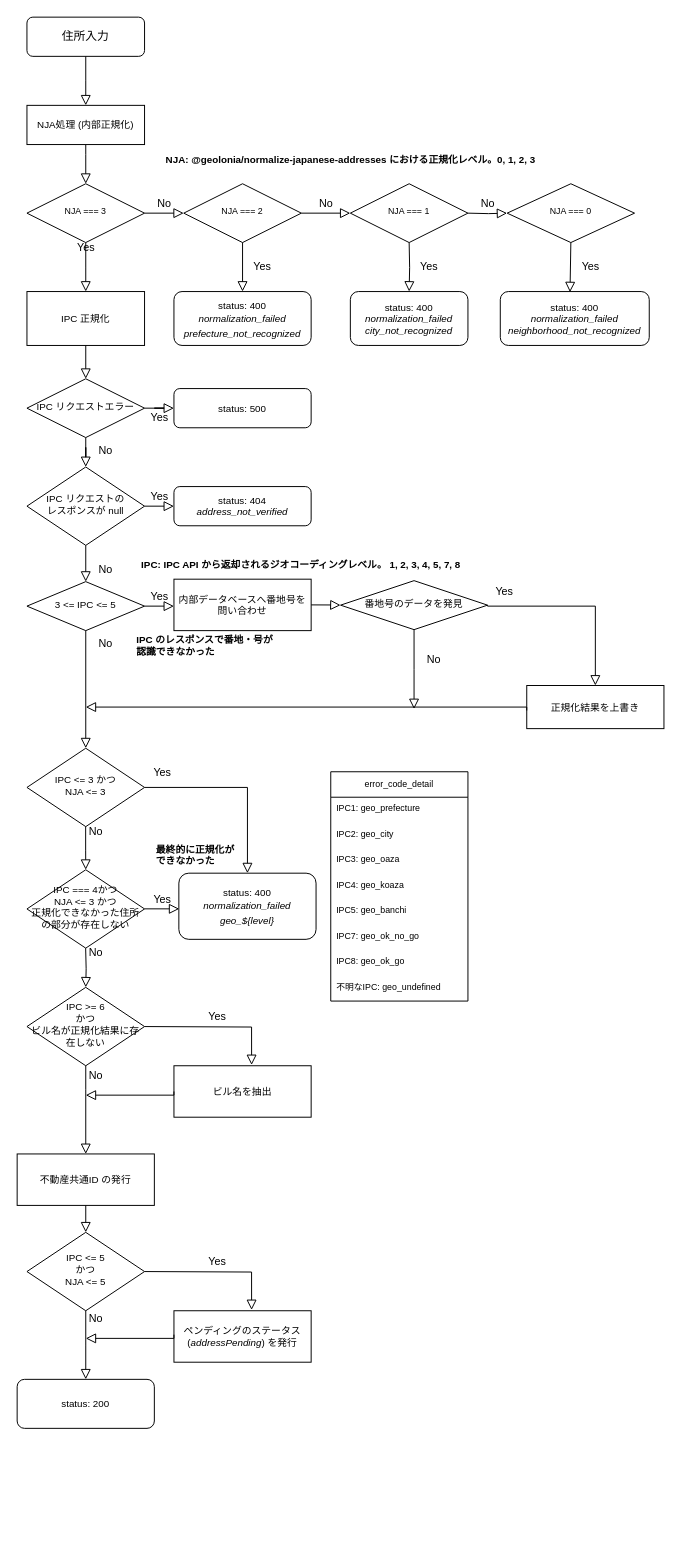
This is docs/id-issuance-flow.drawio from geolonia/prop-id-api, a draw.io file, before an edit. Source tidied: cells renumbered, new cells numbered last; positions are measured from the earlier drawing's top-left corner, leaving out a move shared by most shapes. Both pictures are drawn from the tidied source at 98%, with x=0, y=0 at pixel (17, 17).
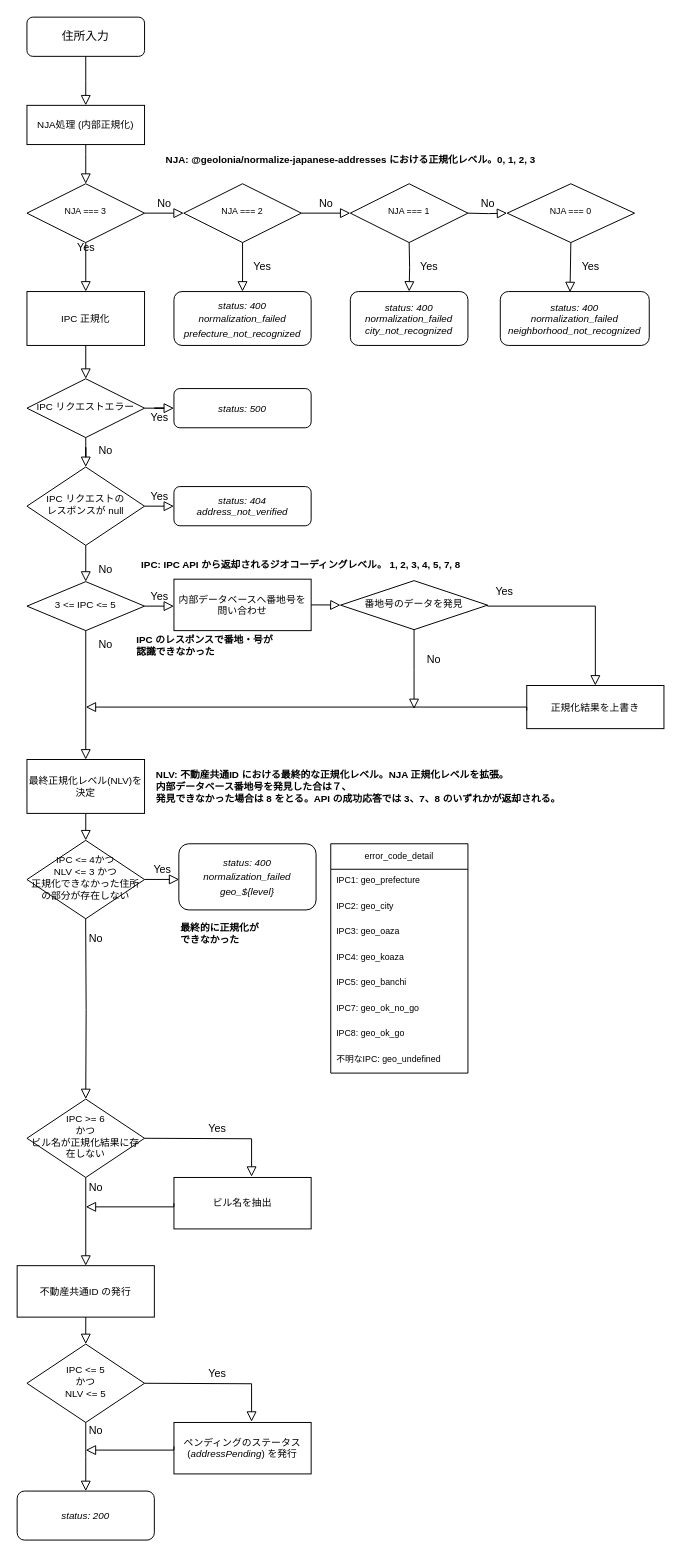
Above is the later version.

Commit message (it also covers changes not shown here):
Update comment and flow diagram

Unchanged cells that the change refers to:
```xml
<mxCell id="29" value="3 &amp;lt;= IPC &amp;lt;= 5" style="rhombus;whiteSpace=wrap;html=1;shadow=0;fontFamily=Helvetica;fontSize=10;align=center;strokeWidth=1;spacing=6;spacingTop=-4;" parent="1" vertex="1">
  <mxGeometry x="10" y="576" width="120" height="50" as="geometry" />
</mxCell>
```

What changed in the source:
```diff
@@
-    <mxCell id="6" value="&lt;font&gt;&lt;font size=&quot;1&quot;&gt;status: 400&lt;/font&gt;&lt;br style=&quot;font-size: 9px&quot;&gt;&lt;i&gt;&lt;font size=&quot;1&quot;&gt;normalization_failed&lt;/font&gt;&lt;br&gt;&lt;font size=&quot;1&quot;&gt;prefecture_not_recognized&lt;/font&gt;&lt;/i&gt;&lt;br&gt;&lt;/font&gt;" style="rounded=1;whiteSpace=wrap;html=1;fontSize=12;glass=0;strokeWidth=1;shadow=0;" parent="1" vertex="1">
+    <mxCell id="6" value="&lt;font&gt;&lt;i&gt;&lt;font size=&quot;1&quot;&gt;status: 400&lt;/font&gt;&lt;br style=&quot;font-size: 9px&quot;&gt;&lt;font size=&quot;1&quot;&gt;normalization_failed&lt;/font&gt;&lt;br&gt;&lt;font size=&quot;1&quot;&gt;prefecture_not_recognized&lt;/font&gt;&lt;/i&gt;&lt;br&gt;&lt;/font&gt;" style="rounded=1;whiteSpace=wrap;html=1;fontSize=12;glass=0;strokeWidth=1;shadow=0;" parent="1" vertex="1">
       <mxGeometry x="160" y="280" width="140" height="55" as="geometry" />
     </mxCell>
@@
-    <mxCell id="10" value="status: 500" style="rounded=1;whiteSpace=wrap;html=1;fontSize=10;glass=0;strokeWidth=1;shadow=0;" parent="1" vertex="1">
+    <mxCell id="10" value="&lt;i&gt;status: 500&lt;/i&gt;" style="rounded=1;whiteSpace=wrap;html=1;fontSize=10;glass=0;strokeWidth=1;shadow=0;" parent="1" vertex="1">
       <mxGeometry x="160" y="379" width="140" height="40" as="geometry" />
     </mxCell>
@@
-    <mxCell id="22" value="&lt;div style=&quot;font-size: 10px&quot;&gt;status: 400&lt;/div&gt;&lt;div style=&quot;font-size: 10px&quot;&gt;&lt;i&gt;normalization_failed&lt;/i&gt;&lt;/div&gt;&lt;div&gt;&lt;i&gt;city_not_recognized&lt;/i&gt;&lt;br&gt;&lt;/div&gt;" style="rounded=1;whiteSpace=wrap;html=1;fontSize=10;glass=0;strokeWidth=1;shadow=0;" parent="1" vertex="1">
+    <mxCell id="22" value="&lt;div style=&quot;font-size: 10px&quot;&gt;&lt;i&gt;status: 400&lt;/i&gt;&lt;/div&gt;&lt;div style=&quot;font-size: 10px&quot;&gt;&lt;i&gt;normalization_failed&lt;/i&gt;&lt;/div&gt;&lt;div&gt;&lt;i&gt;city_not_recognized&lt;/i&gt;&lt;br&gt;&lt;/div&gt;" style="rounded=1;whiteSpace=wrap;html=1;fontSize=10;glass=0;strokeWidth=1;shadow=0;" parent="1" vertex="1">
       <mxGeometry x="340" y="280" width="120" height="55" as="geometry" />
     </mxCell>
@@
-    <mxCell id="24" value="&lt;div style=&quot;font-size: 10px&quot;&gt;status: 400&lt;/div&gt;&lt;div style=&quot;font-size: 10px&quot;&gt;&lt;i&gt;normalization_failed&lt;/i&gt;&lt;/div&gt;&lt;div&gt;&lt;i&gt;neighborhood_not_recognized&lt;/i&gt;&lt;br&gt;&lt;/div&gt;" style="rounded=1;whiteSpace=wrap;html=1;fontSize=10;glass=0;strokeWidth=1;shadow=0;" parent="1" vertex="1">
+    <mxCell id="24" value="&lt;div style=&quot;font-size: 10px&quot;&gt;&lt;i&gt;status: 400&lt;/i&gt;&lt;/div&gt;&lt;div style=&quot;font-size: 10px&quot;&gt;&lt;i&gt;normalization_failed&lt;/i&gt;&lt;/div&gt;&lt;div&gt;&lt;i&gt;neighborhood_not_recognized&lt;/i&gt;&lt;br&gt;&lt;/div&gt;" style="rounded=1;whiteSpace=wrap;html=1;fontSize=10;glass=0;strokeWidth=1;shadow=0;" parent="1" vertex="1">
       <mxGeometry x="493" y="280" width="152" height="55" as="geometry" />
     </mxCell>
@@
-    <mxCell id="28" value="status: 404&lt;br style=&quot;font-size: 10px&quot;&gt;&lt;i&gt;address_not_verified&lt;/i&gt;" style="rounded=1;whiteSpace=wrap;html=1;fontSize=10;glass=0;strokeWidth=1;shadow=0;" parent="1" vertex="1">
+    <mxCell id="28" value="&lt;i&gt;status: 404&lt;br style=&quot;font-size: 10px&quot;&gt;address_not_verified&lt;/i&gt;" style="rounded=1;whiteSpace=wrap;html=1;fontSize=10;glass=0;strokeWidth=1;shadow=0;" parent="1" vertex="1">
       <mxGeometry x="160" y="479" width="140" height="40" as="geometry" />
     </mxCell>
@@
-    <mxCell id="38" value="No" style="rounded=0;html=1;jettySize=auto;fontSize=11;endArrow=block;endFill=0;endSize=8;strokeWidth=1;shadow=0;labelBackgroundColor=none;edgeStyle=orthogonalEdgeStyle;entryX=0.5;entryY=0;entryDx=0;entryDy=0;exitX=0.5;exitY=1;exitDx=0;exitDy=0;" parent="1" edge="1" source="29" target="39">
+    <mxCell id="38" value="No" style="rounded=0;html=1;jettySize=auto;fontSize=11;endArrow=block;endFill=0;endSize=8;strokeWidth=1;shadow=0;labelBackgroundColor=none;edgeStyle=orthogonalEdgeStyle;exitX=0.5;exitY=1;exitDx=0;exitDy=0;entryX=0.5;entryY=0;entryDx=0;entryDy=0;" parent="1" edge="1" source="29" target="74">
       <mxGeometry x="-0.78" y="20" relative="1" as="geometry" />
     </mxCell>
-    <mxCell id="39" value="IPC &amp;lt;= 3 かつ&lt;br&gt;NJA &amp;lt;= 3" style="rhombus;whiteSpace=wrap;html=1;shadow=0;fontFamily=Helvetica;fontSize=10;align=center;strokeWidth=1;spacing=6;spacingTop=-4;" parent="1" vertex="1">
-      <mxGeometry x="10" y="746" width="120" height="80" as="geometry" />
-    </mxCell>
@@
-    <mxCell id="42" value="No" style="rounded=0;html=1;jettySize=auto;fontSize=11;endArrow=block;endFill=0;endSize=8;strokeWidth=1;shadow=0;labelBackgroundColor=none;edgeStyle=orthogonalEdgeStyle;entryX=0.5;entryY=0;entryDx=0;entryDy=0;exitX=0.5;exitY=1;exitDx=0;exitDy=0;" parent="1" edge="1" target="43">
-      <mxGeometry x="-0.78" y="10" relative="1" as="geometry">
-        <mxPoint x="69.9" y="826" as="sourcePoint" />
-        <Array as="points">
-          <mxPoint x="70" y="850" />
-          <mxPoint x="70" y="850" />
-        </Array>
-      </mxGeometry>
-    </mxCell>
-    <mxCell id="43" value="IPC === 4かつ&lt;br&gt;NJA &amp;lt;= 3 かつ&lt;br&gt;正規化できなかった住所の部分が存在しない" style="rhombus;whiteSpace=wrap;html=1;shadow=0;fontFamily=Helvetica;fontSize=10;align=center;strokeWidth=1;spacing=6;spacingTop=-4;" parent="1" vertex="1">
-      <mxGeometry x="10" y="870" width="120" height="80" as="geometry" />
+    <mxCell id="43" value="IPC &amp;lt;= 4かつ&lt;br&gt;NLV &amp;lt;= 3 かつ&lt;br&gt;正規化できなかった住所の部分が存在しない" style="rhombus;whiteSpace=wrap;html=1;shadow=0;fontFamily=Helvetica;fontSize=10;align=center;strokeWidth=1;spacing=6;spacingTop=-4;" parent="1" vertex="1">
+      <mxGeometry x="10" y="840" width="120" height="80" as="geometry" />
     </mxCell>
-    <mxCell id="44" value="&lt;font&gt;&lt;font size=&quot;1&quot;&gt;status: 400&lt;/font&gt;&lt;br style=&quot;font-size: 9px&quot;&gt;&lt;i&gt;&lt;font size=&quot;1&quot;&gt;normalization_failed&lt;/font&gt;&lt;br&gt;&lt;font size=&quot;1&quot;&gt;geo_${level}&lt;/font&gt;&lt;/i&gt;&lt;br&gt;&lt;/font&gt;" style="rounded=1;whiteSpace=wrap;html=1;fontSize=12;glass=0;strokeWidth=1;shadow=0;" parent="1" vertex="1">
-      <mxGeometry x="165" y="873.5" width="140" height="67.5" as="geometry" />
+    <mxCell id="44" value="&lt;font&gt;&lt;i&gt;&lt;font size=&quot;1&quot;&gt;status: 400&lt;/font&gt;&lt;br style=&quot;font-size: 9px&quot;&gt;&lt;font size=&quot;1&quot;&gt;normalization_failed&lt;/font&gt;&lt;br&gt;&lt;font size=&quot;1&quot;&gt;geo_${level}&lt;/font&gt;&lt;/i&gt;&lt;br&gt;&lt;/font&gt;" style="rounded=1;whiteSpace=wrap;html=1;fontSize=12;glass=0;strokeWidth=1;shadow=0;" parent="1" vertex="1">
+      <mxGeometry x="165" y="843.5" width="140" height="67.5" as="geometry" />
     </mxCell>
-    <mxCell id="45" value="Yes" style="edgeStyle=orthogonalEdgeStyle;rounded=0;html=1;jettySize=auto;fontSize=11;endArrow=block;endFill=0;endSize=8;strokeWidth=1;shadow=0;labelBackgroundColor=none;exitX=1;exitY=0.5;exitDx=0;exitDy=0;entryX=0.5;entryY=0;entryDx=0;entryDy=0;" parent="1" edge="1" source="39" target="44">
-      <mxGeometry x="-0.81" y="15" relative="1" as="geometry">
-        <Array as="points">
-          <mxPoint x="235" y="786" />
-        </Array>
-      </mxGeometry>
-    </mxCell>
     <mxCell id="46" value="Yes" style="edgeStyle=orthogonalEdgeStyle;rounded=0;html=1;jettySize=auto;fontSize=11;endArrow=block;endFill=0;endSize=8;strokeWidth=1;shadow=0;labelBackgroundColor=none;exitX=1;exitY=0.5;exitDx=0;exitDy=0;entryX=0.003;entryY=0.546;entryDx=0;entryDy=0;entryPerimeter=0;" parent="1" edge="1" target="44">
       <mxGeometry y="10" relative="1" as="geometry">
-        <mxPoint x="130" y="909.9" as="sourcePoint" />
+        <mxPoint x="130" y="879.9" as="sourcePoint" />
       </mxGeometry>
     </mxCell>
@@
     <mxCell id="49" value="No" style="rounded=0;html=1;jettySize=auto;fontSize=11;endArrow=block;endFill=0;endSize=8;strokeWidth=1;shadow=0;labelBackgroundColor=none;edgeStyle=orthogonalEdgeStyle;entryX=0.5;entryY=0;entryDx=0;entryDy=0;exitX=0.5;exitY=1;exitDx=0;exitDy=0;" parent="1" edge="1" target="59">
       <mxGeometry x="-0.78" y="10" relative="1" as="geometry">
-        <mxPoint x="69.9" y="950" as="sourcePoint" />
+        <mxPoint x="69.9" y="920" as="sourcePoint" />
       </mxGeometry>
     </mxCell>
     <mxCell id="50" value="error_code_detail" style="swimlane;fontStyle=0;horizontal=1;startSize=26;fillColor=none;fontSize=9;" parent="1" vertex="1">
-      <mxGeometry x="320" y="770" width="140" height="234" as="geometry" />
+      <mxGeometry x="320" y="843.5" width="140" height="234" as="geometry" />
     </mxCell>
@@
     <mxCell id="59" value="IPC &amp;gt;= 6&lt;br&gt;かつ&lt;br&gt;ビル名が正規化結果に存在しない" style="rhombus;whiteSpace=wrap;html=1;shadow=0;fontFamily=Helvetica;fontSize=10;align=center;strokeWidth=1;spacing=6;spacingTop=-4;" parent="1" vertex="1">
-      <mxGeometry x="10" y="990" width="120" height="80" as="geometry" />
+      <mxGeometry x="10" y="1104" width="120" height="80" as="geometry" />
     </mxCell>
     <mxCell id="60" value="ビル名を抽出" style="rounded=0;whiteSpace=wrap;html=1;fontSize=10;" parent="1" vertex="1">
-      <mxGeometry x="160" y="1070" width="140" height="52.5" as="geometry" />
+      <mxGeometry x="160" y="1184" width="140" height="52.5" as="geometry" />
     </mxCell>
     <mxCell id="61" value="Yes" style="edgeStyle=orthogonalEdgeStyle;rounded=0;html=1;jettySize=auto;fontSize=11;endArrow=block;endFill=0;endSize=8;strokeWidth=1;shadow=0;labelBackgroundColor=none;exitX=1;exitY=0.5;exitDx=0;exitDy=0;entryX=0.566;entryY=-0.015;entryDx=0;entryDy=0;entryPerimeter=0;" parent="1" edge="1" target="60">
       <mxGeometry y="10" relative="1" as="geometry">
-        <mxPoint x="130" y="1030" as="sourcePoint" />
+        <mxPoint x="130" y="1144" as="sourcePoint" />
       </mxGeometry>
     </mxCell>
     <mxCell id="62" value="No" style="rounded=0;html=1;jettySize=auto;orthogonalLoop=1;fontSize=11;endArrow=block;endFill=0;endSize=8;strokeWidth=1;shadow=0;labelBackgroundColor=none;edgeStyle=orthogonalEdgeStyle;exitX=0.5;exitY=1;exitDx=0;exitDy=0;" parent="1" edge="1">
       <mxGeometry x="-0.78" y="10" relative="1" as="geometry">
-        <mxPoint x="70" y="1070" as="sourcePoint" />
-        <mxPoint x="70" y="1160" as="targetPoint" />
+        <mxPoint x="70" y="1184" as="sourcePoint" />
+        <mxPoint x="70" y="1274" as="targetPoint" />
         <Array as="points">
-          <mxPoint x="70.1" y="1094" />
-          <mxPoint x="70.1" y="1094" />
+          <mxPoint x="70.1" y="1208" />
+          <mxPoint x="70.1" y="1208" />
         </Array>
       </mxGeometry>
     </mxCell>
     <mxCell id="63" style="rounded=0;html=1;jettySize=auto;fontSize=11;endArrow=block;endFill=0;endSize=8;strokeWidth=1;shadow=0;labelBackgroundColor=none;edgeStyle=orthogonalEdgeStyle;exitX=0;exitY=0.5;exitDx=0;exitDy=0;" parent="1" edge="1" source="60">
       <mxGeometry y="20" relative="1" as="geometry">
-        <mxPoint x="70" y="1100" as="targetPoint" />
+        <mxPoint x="70" y="1214" as="targetPoint" />
         <Array as="points">
-          <mxPoint x="160" y="1100" />
+          <mxPoint x="160" y="1214" />
         </Array>
       </mxGeometry>
     </mxCell>
     <mxCell id="64" value="不動産共通ID の発行" style="rounded=0;whiteSpace=wrap;html=1;fontSize=10;" parent="1" vertex="1">
-      <mxGeometry y="1160" width="140" height="52.5" as="geometry" />
+      <mxGeometry y="1274" width="140" height="52.5" as="geometry" />
     </mxCell>
-    <mxCell id="65" value="IPC &amp;lt;= 5&lt;br&gt;かつ&lt;br&gt;NJA &amp;lt;= 5" style="rhombus;whiteSpace=wrap;html=1;shadow=0;fontFamily=Helvetica;fontSize=10;align=center;strokeWidth=1;spacing=6;spacingTop=-4;" parent="1" vertex="1">
-      <mxGeometry x="10" y="1240" width="120" height="80" as="geometry" />
+    <mxCell id="65" value="IPC &amp;lt;= 5&lt;br&gt;かつ&lt;br&gt;NLV &amp;lt;= 5" style="rhombus;whiteSpace=wrap;html=1;shadow=0;fontFamily=Helvetica;fontSize=10;align=center;strokeWidth=1;spacing=6;spacingTop=-4;" parent="1" vertex="1">
+      <mxGeometry x="10" y="1354" width="120" height="80" as="geometry" />
     </mxCell>
@@
     <mxCell id="67" value="ペンディングのステータス(&lt;i&gt;addressPending&lt;/i&gt;) を発行" style="rounded=0;whiteSpace=wrap;html=1;fontSize=10;" parent="1" vertex="1">
-      <mxGeometry x="160" y="1320" width="140" height="52.5" as="geometry" />
+      <mxGeometry x="160" y="1434" width="140" height="52.5" as="geometry" />
     </mxCell>
     <mxCell id="68" value="Yes" style="edgeStyle=orthogonalEdgeStyle;rounded=0;html=1;jettySize=auto;fontSize=11;endArrow=block;endFill=0;endSize=8;strokeWidth=1;shadow=0;labelBackgroundColor=none;exitX=1;exitY=0.5;exitDx=0;exitDy=0;entryX=0.566;entryY=-0.015;entryDx=0;entryDy=0;entryPerimeter=0;" parent="1" edge="1" target="67">
       <mxGeometry y="10" relative="1" as="geometry">
-        <mxPoint x="130" y="1280" as="sourcePoint" />
+        <mxPoint x="130" y="1394" as="sourcePoint" />
       </mxGeometry>
     </mxCell>
     <mxCell id="69" value="No" style="rounded=0;html=1;jettySize=auto;fontSize=11;endArrow=block;endFill=0;endSize=8;strokeWidth=1;shadow=0;labelBackgroundColor=none;edgeStyle=orthogonalEdgeStyle;exitX=0.5;exitY=1;exitDx=0;exitDy=0;" parent="1" edge="1" source="65">
       <mxGeometry x="-0.78" y="10" relative="1" as="geometry">
-        <mxPoint x="70" y="1390" as="targetPoint" />
+        <mxPoint x="70" y="1504" as="targetPoint" />
       </mxGeometry>
     </mxCell>
     <mxCell id="70" style="rounded=0;html=1;jettySize=auto;orthogonalLoop=1;fontSize=11;endArrow=block;endFill=0;endSize=8;strokeWidth=1;shadow=0;labelBackgroundColor=none;edgeStyle=orthogonalEdgeStyle;exitX=0;exitY=0.5;exitDx=0;exitDy=0;" parent="1" edge="1">
       <mxGeometry y="20" relative="1" as="geometry">
-        <mxPoint x="160" y="1344.4" as="sourcePoint" />
-        <mxPoint x="70" y="1348.2" as="targetPoint" />
+        <mxPoint x="160" y="1458.4" as="sourcePoint" />
+        <mxPoint x="70" y="1462.2" as="targetPoint" />
         <Array as="points">
-          <mxPoint x="160" y="1348.2" />
+          <mxPoint x="160" y="1462.2" />
         </Array>
       </mxGeometry>
     </mxCell>
-    <mxCell id="71" value="&lt;font&gt;&lt;font size=&quot;1&quot;&gt;status: 200&lt;/font&gt;&lt;br&gt;&lt;/font&gt;" style="rounded=1;whiteSpace=wrap;html=1;fontSize=12;glass=0;strokeWidth=1;shadow=0;" parent="1" vertex="1">
-      <mxGeometry y="1390" width="140" height="50" as="geometry" />
+    <mxCell id="71" value="&lt;font&gt;&lt;font size=&quot;1&quot;&gt;&lt;i&gt;status: 200&lt;/i&gt;&lt;/font&gt;&lt;br&gt;&lt;/font&gt;" style="rounded=1;whiteSpace=wrap;html=1;fontSize=12;glass=0;strokeWidth=1;shadow=0;" parent="1" vertex="1">
+      <mxGeometry y="1504" width="140" height="50" as="geometry" />
     </mxCell>
     <mxCell id="72" value="最終的に正規化が&lt;br&gt;できなかった" style="text;html=1;strokeColor=none;fillColor=none;align=left;verticalAlign=middle;whiteSpace=wrap;rounded=0;fontSize=10;fontStyle=1;" parent="1" vertex="1">
-      <mxGeometry x="140" y="840" width="90" height="30" as="geometry" />
+      <mxGeometry x="165" y="920" width="90" height="30" as="geometry" />
     </mxCell>
+    <mxCell id="73" value="NLV: 不動産共通ID における最終的な正規化レベル。NJA 正規化レベルを拡張。&lt;br&gt;内部データベース番地号を発見した合は７、&lt;br&gt;発見できなかった場合は 8 をとる。API の成功応答では 3、7、8 のいずれかが返却される。" style="text;html=1;strokeColor=none;fillColor=none;align=left;verticalAlign=middle;whiteSpace=wrap;rounded=0;fontSize=10;fontStyle=1;" parent="1" vertex="1">
+      <mxGeometry x="140" y="763.8" width="430" height="42.5" as="geometry" />
+    </mxCell>
+    <mxCell id="74" value="最終正規化レベル(NLV)を決定" style="rounded=0;whiteSpace=wrap;html=1;fontSize=10;" parent="1" vertex="1">
+      <mxGeometry x="10" y="757.5" width="120" height="55" as="geometry" />
+    </mxCell>
+    <mxCell id="75" style="rounded=0;html=1;jettySize=auto;fontSize=11;endArrow=block;endFill=0;endSize=8;strokeWidth=1;shadow=0;labelBackgroundColor=none;edgeStyle=orthogonalEdgeStyle;exitX=0.5;exitY=1;exitDx=0;exitDy=0;entryX=0.5;entryY=0;entryDx=0;entryDy=0;" parent="1" edge="1" source="74" target="43">
+      <mxGeometry x="-0.78" y="20" relative="1" as="geometry" />
+    </mxCell>
```
